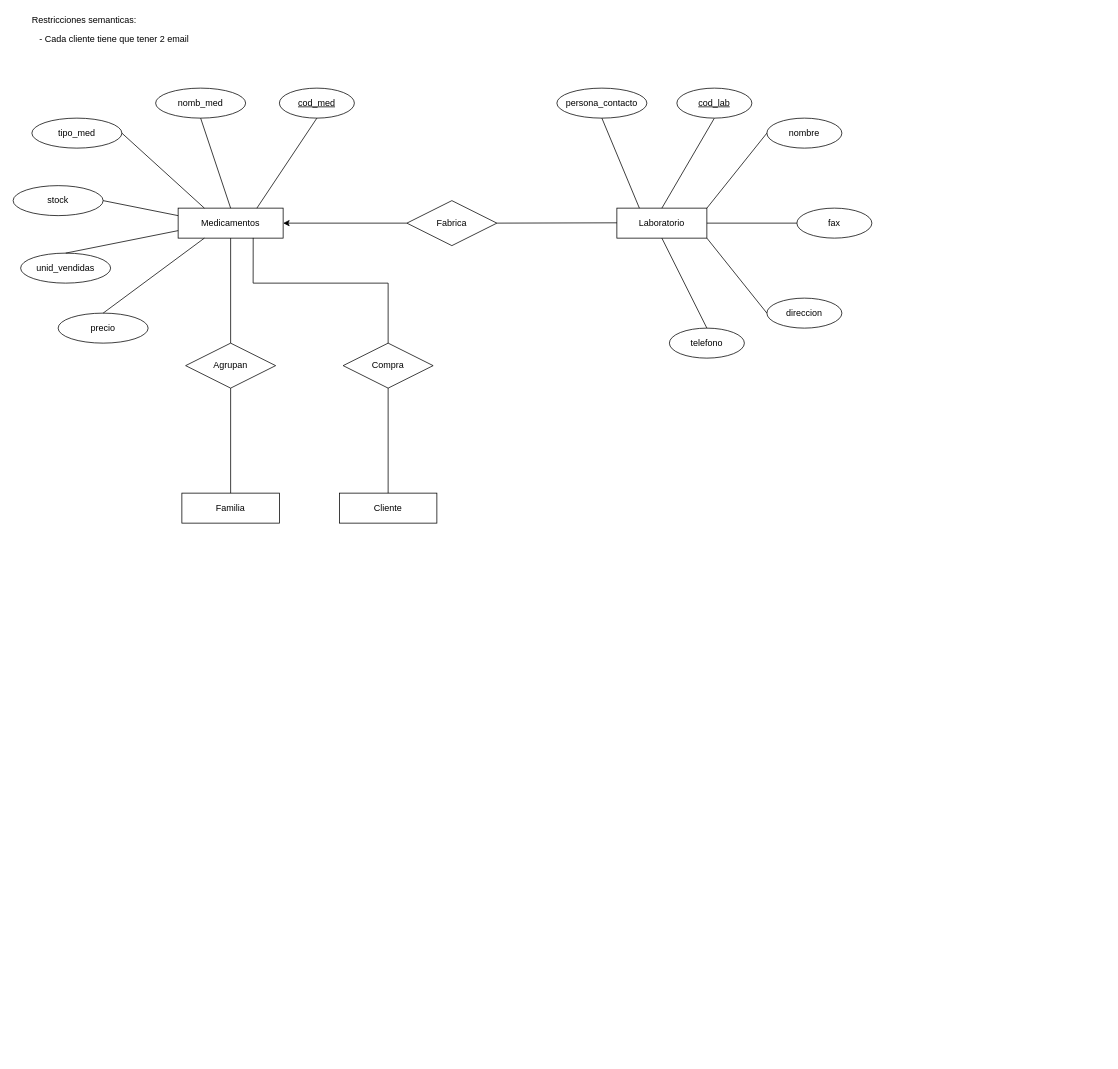
This is Practica_01_Modelo_entidad-relacion_Farmacia/Practica_01_Modelo_Entidad-Relacion_Farmacia.drawio from feichay10/Practicas-ADBD, a draw.io file, before an edit. Source tidied: cells renumbered, new cells numbered last; positions are measured from the earlier drawing's top-left corner, leaving out a move shared by most shapes. Both pictures are drawn from the tidied source at 75%, with x=0, y=0 at pixel (13, 13).
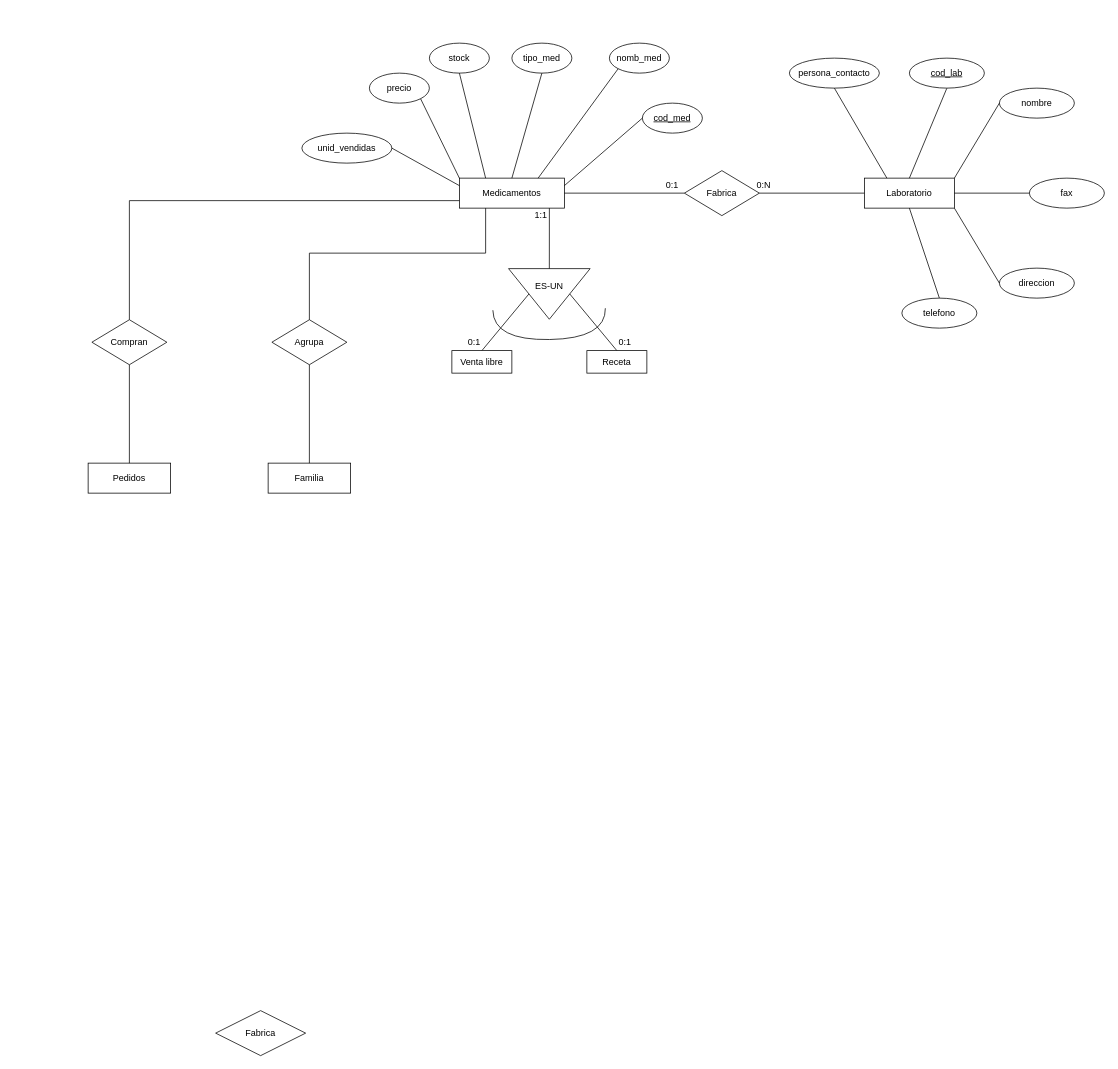
After the change.

Change to the diagram source:
```diff
@@
-    <mxCell id="2" value="Restricciones semanticas:" style="text;html=1;strokeColor=none;fillColor=none;align=center;verticalAlign=middle;whiteSpace=wrap;rounded=0;" parent="1" vertex="1">
-      <mxGeometry x="20" width="150" height="20" as="geometry" />
-    </mxCell>
-    <mxCell id="3" value="- Cada cliente tiene que tener 2 email" style="text;html=1;strokeColor=none;fillColor=none;align=center;verticalAlign=middle;whiteSpace=wrap;rounded=0;" parent="1" vertex="1">
-      <mxGeometry x="30" y="20" width="210" height="30" as="geometry" />
-    </mxCell>
     <mxCell id="4" value="Laboratorio" style="whiteSpace=wrap;html=1;align=center;" parent="1" vertex="1">
-      <mxGeometry x="805" y="260" width="120" height="40" as="geometry" />
+      <mxGeometry x="1135" y="220" width="120" height="40" as="geometry" />
     </mxCell>
-    <mxCell id="5" value="Familia" style="whiteSpace=wrap;html=1;align=center;" parent="1" vertex="1">
-      <mxGeometry x="225" y="640" width="130" height="40" as="geometry" />
-    </mxCell>
     <mxCell id="6" value="Fabrica" style="shape=rhombus;perimeter=rhombusPerimeter;whiteSpace=wrap;html=1;align=center;" parent="1" vertex="1">
-      <mxGeometry x="525" y="250" width="120" height="60" as="geometry" />
+      <mxGeometry x="270" y="1330" width="120" height="60" as="geometry" />
     </mxCell>
     <mxCell id="7" value="Medicamentos" style="whiteSpace=wrap;html=1;align=center;" parent="1" vertex="1">
-      <mxGeometry x="220" y="260" width="140" height="40" as="geometry" />
+      <mxGeometry x="595" y="220" width="140" height="40" as="geometry" />
     </mxCell>
     <mxCell id="8" value="nombre" style="ellipse;whiteSpace=wrap;html=1;align=center;" parent="1" vertex="1">
-      <mxGeometry x="1005" y="140" width="100" height="40" as="geometry" />
+      <mxGeometry x="1315" y="100" width="100" height="40" as="geometry" />
     </mxCell>
     <mxCell id="9" value="telefono" style="ellipse;whiteSpace=wrap;html=1;align=center;" parent="1" vertex="1">
-      <mxGeometry x="875" y="420" width="100" height="40" as="geometry" />
+      <mxGeometry x="1185" y="380" width="100" height="40" as="geometry" />
     </mxCell>
     <mxCell id="10" value="direccion" style="ellipse;whiteSpace=wrap;html=1;align=center;" parent="1" vertex="1">
-      <mxGeometry x="1005" y="380" width="100" height="40" as="geometry" />
+      <mxGeometry x="1315" y="340" width="100" height="40" as="geometry" />
     </mxCell>
     <mxCell id="11" value="fax" style="ellipse;whiteSpace=wrap;html=1;align=center;" parent="1" vertex="1">
-      <mxGeometry x="1045" y="260" width="100" height="40" as="geometry" />
+      <mxGeometry x="1355" y="220" width="100" height="40" as="geometry" />
     </mxCell>
     <mxCell id="12" value="persona_contacto" style="ellipse;whiteSpace=wrap;html=1;align=center;" parent="1" vertex="1">
-      <mxGeometry x="725" y="100" width="120" height="40" as="geometry" />
+      <mxGeometry x="1035" y="60" width="120" height="40" as="geometry" />
     </mxCell>
@@
     <mxCell id="14" style="endArrow=none;html=1;rounded=0;exitX=0.5;exitY=1;exitDx=0;exitDy=0;entryX=0.5;entryY=0;entryDx=0;entryDy=0;" parent="1" edge="1" target="4">
       <mxGeometry relative="1" as="geometry">
-        <mxPoint x="935" y="140" as="sourcePoint" />
+        <mxPoint x="1245" y="100" as="sourcePoint" />
       </mxGeometry>
     </mxCell>
@@
     <mxCell id="19" value="cod_lab" style="ellipse;whiteSpace=wrap;html=1;align=center;fontStyle=4;" parent="1" vertex="1">
-      <mxGeometry x="885" y="100" width="100" height="40" as="geometry" />
+      <mxGeometry x="1195" y="60" width="100" height="40" as="geometry" />
     </mxCell>
-    <mxCell id="20" style="endArrow=none;html=1;rounded=0;entryX=0;entryY=0.5;entryDx=0;entryDy=0;exitX=1;exitY=0.5;exitDx=0;exitDy=0;" parent="1" edge="1" source="6">
-      <mxGeometry relative="1" as="geometry">
-        <mxPoint x="805" y="279.6" as="targetPoint" />
-      </mxGeometry>
-    </mxCell>
-    <mxCell id="21" style="endArrow=classic;html=1;rounded=0;exitX=0;exitY=0.5;exitDx=0;exitDy=0;" parent="1" edge="1" source="6" target="7">
-      <mxGeometry relative="1" as="geometry" />
-    </mxCell>
     <mxCell id="22" value="nomb_med" style="ellipse;whiteSpace=wrap;html=1;align=center;" parent="1" vertex="1">
-      <mxGeometry x="190" y="100" width="120" height="40" as="geometry" />
+      <mxGeometry x="795" y="40" width="80" height="40" as="geometry" />
     </mxCell>
     <mxCell id="23" value="cod_med" style="ellipse;whiteSpace=wrap;html=1;align=center;fontStyle=4;" parent="1" vertex="1">
-      <mxGeometry x="355" y="100" width="100" height="40" as="geometry" />
+      <mxGeometry x="839" y="120" width="80" height="40" as="geometry" />
     </mxCell>
     <mxCell id="24" value="tipo_med" style="ellipse;whiteSpace=wrap;html=1;align=center;" parent="1" vertex="1">
-      <mxGeometry x="25" y="140" width="120" height="40" as="geometry" />
+      <mxGeometry x="665" y="40" width="80" height="40" as="geometry" />
     </mxCell>
     <mxCell id="25" value="stock" style="ellipse;whiteSpace=wrap;html=1;align=center;" parent="1" vertex="1">
-      <mxGeometry y="230" width="120" height="40" as="geometry" />
+      <mxGeometry x="555" y="40" width="80" height="40" as="geometry" />
     </mxCell>
     <mxCell id="26" value="unid_vendidas" style="ellipse;whiteSpace=wrap;html=1;align=center;" parent="1" vertex="1">
-      <mxGeometry x="10" y="320" width="120" height="40" as="geometry" />
+      <mxGeometry x="385" y="160" width="120" height="40" as="geometry" />
     </mxCell>
     <mxCell id="27" value="precio" style="ellipse;whiteSpace=wrap;html=1;align=center;" parent="1" vertex="1">
-      <mxGeometry x="60" y="400" width="120" height="40" as="geometry" />
+      <mxGeometry x="475" y="80" width="80" height="40" as="geometry" />
     </mxCell>
-    <mxCell id="28" style="endArrow=none;html=1;rounded=0;exitX=0.75;exitY=0;exitDx=0;exitDy=0;entryX=0.5;entryY=1;entryDx=0;entryDy=0;" parent="1" edge="1" source="7" target="23">
+    <mxCell id="28" style="endArrow=none;html=1;rounded=0;exitX=1;exitY=0.25;exitDx=0;exitDy=0;entryX=0;entryY=0.5;entryDx=0;entryDy=0;" parent="1" edge="1" source="7" target="23">
       <mxGeometry relative="1" as="geometry" />
     </mxCell>
-    <mxCell id="29" style="endArrow=none;html=1;rounded=0;exitX=0.5;exitY=0;exitDx=0;exitDy=0;entryX=0.5;entryY=1;entryDx=0;entryDy=0;" parent="1" edge="1" source="7" target="22">
+    <mxCell id="29" style="endArrow=none;html=1;rounded=0;exitX=0.75;exitY=0;exitDx=0;exitDy=0;entryX=0;entryY=1;entryDx=0;entryDy=0;" parent="1" edge="1" source="7" target="22">
       <mxGeometry relative="1" as="geometry" />
     </mxCell>
-    <mxCell id="30" style="endArrow=none;html=1;rounded=0;exitX=1;exitY=0.5;exitDx=0;exitDy=0;entryX=0.25;entryY=0;entryDx=0;entryDy=0;" parent="1" edge="1" source="24" target="7">
+    <mxCell id="30" style="endArrow=none;html=1;rounded=0;exitX=0.5;exitY=1;exitDx=0;exitDy=0;entryX=0.5;entryY=0;entryDx=0;entryDy=0;" parent="1" edge="1" source="24" target="7">
       <mxGeometry relative="1" as="geometry" />
     </mxCell>
-    <mxCell id="31" style="endArrow=none;html=1;rounded=0;exitX=1;exitY=0.5;exitDx=0;exitDy=0;entryX=0;entryY=0.25;entryDx=0;entryDy=0;" parent="1" edge="1" source="25" target="7">
+    <mxCell id="31" style="endArrow=none;html=1;rounded=0;exitX=0.5;exitY=1;exitDx=0;exitDy=0;entryX=0.25;entryY=0;entryDx=0;entryDy=0;" parent="1" edge="1" source="25" target="7">
       <mxGeometry relative="1" as="geometry" />
     </mxCell>
-    <mxCell id="32" style="endArrow=none;html=1;rounded=0;exitX=0.5;exitY=0;exitDx=0;exitDy=0;entryX=0;entryY=0.75;entryDx=0;entryDy=0;" parent="1" edge="1" source="26" target="7">
+    <mxCell id="32" style="endArrow=none;html=1;rounded=0;exitX=1;exitY=0.5;exitDx=0;exitDy=0;entryX=0;entryY=0.25;entryDx=0;entryDy=0;" parent="1" edge="1" source="26" target="7">
       <mxGeometry relative="1" as="geometry" />
     </mxCell>
-    <mxCell id="33" style="endArrow=none;html=1;rounded=0;entryX=0.25;entryY=1;entryDx=0;entryDy=0;exitX=0.5;exitY=0;exitDx=0;exitDy=0;" parent="1" edge="1" source="27" target="7">
+    <mxCell id="33" style="endArrow=none;html=1;rounded=0;entryX=0;entryY=0;entryDx=0;entryDy=0;exitX=1;exitY=1;exitDx=0;exitDy=0;" parent="1" edge="1" source="27" target="7">
       <mxGeometry relative="1" as="geometry" />
     </mxCell>
-    <mxCell id="34" value="Cliente" style="whiteSpace=wrap;html=1;align=center;" parent="1" vertex="1">
-      <mxGeometry x="435" y="640" width="130" height="40" as="geometry" />
-    </mxCell>
-    <mxCell id="35" value="Compra" style="shape=rhombus;perimeter=rhombusPerimeter;whiteSpace=wrap;html=1;align=center;" parent="1" vertex="1">
-      <mxGeometry x="440" y="440" width="120" height="60" as="geometry" />
-    </mxCell>
-    <mxCell id="36" style="endArrow=none;html=1;rounded=0;exitX=0.5;exitY=0;exitDx=0;exitDy=0;entryX=0.5;entryY=1;entryDx=0;entryDy=0;" parent="1" edge="1" source="34" target="35">
-      <mxGeometry relative="1" as="geometry" />
-    </mxCell>
-    <mxCell id="37" style="endArrow=none;html=1;rounded=0;exitX=0.5;exitY=0;exitDx=0;exitDy=0;entryX=0.715;entryY=0.993;entryDx=0;entryDy=0;entryPerimeter=0;" parent="1" edge="1" source="35" target="7">
-      <mxGeometry relative="1" as="geometry">
-        <Array as="points">
-          <mxPoint x="500" y="360" />
-          <mxPoint x="320" y="360" />
-        </Array>
-      </mxGeometry>
-    </mxCell>
-    <mxCell id="38" value="Agrupan" style="shape=rhombus;perimeter=rhombusPerimeter;whiteSpace=wrap;html=1;align=center;" parent="1" vertex="1">
-      <mxGeometry x="230" y="440" width="120" height="60" as="geometry" />
-    </mxCell>
-    <mxCell id="39" style="endArrow=none;html=1;rounded=0;exitX=0.5;exitY=0;exitDx=0;exitDy=0;entryX=0.5;entryY=1;entryDx=0;entryDy=0;" parent="1" edge="1" target="7">
-      <mxGeometry relative="1" as="geometry">
-        <mxPoint x="290" y="440" as="sourcePoint" />
-      </mxGeometry>
-    </mxCell>
-    <mxCell id="40" style="endArrow=none;html=1;rounded=0;entryX=0.5;entryY=1;entryDx=0;entryDy=0;exitX=0.5;exitY=0;exitDx=0;exitDy=0;" parent="1" edge="1" source="5" target="38">
-      <mxGeometry relative="1" as="geometry" />
-    </mxCell>
+    <mxCell id="41" style="triangle;whiteSpace=wrap;html=1;rotation=90;" parent="1" vertex="1">
+      <mxGeometry x="681.2" y="320" width="67.5" height="108.8" as="geometry" />
+    </mxCell>
+    <mxCell id="42" style="endArrow=none;html=1;rounded=0;entryX=0.5;entryY=1;entryDx=0;entryDy=0;exitX=0;exitY=0.5;exitDx=0;exitDy=0;" parent="1" edge="1" source="41">
+      <mxGeometry relative="1" as="geometry">
+        <mxPoint x="715" y="260" as="targetPoint" />
+      </mxGeometry>
+    </mxCell>
+    <mxCell id="43" style="endArrow=none;html=1;rounded=0;exitX=0.5;exitY=0;exitDx=0;exitDy=0;entryX=0.5;entryY=1;entryDx=0;entryDy=0;" parent="1" edge="1" target="41">
+      <mxGeometry relative="1" as="geometry">
+        <mxPoint x="625" y="450" as="sourcePoint" />
+      </mxGeometry>
+    </mxCell>
+    <mxCell id="44" style="endArrow=none;html=1;rounded=0;entryX=0.5;entryY=0;entryDx=0;entryDy=0;exitX=0.5;exitY=0;exitDx=0;exitDy=0;" parent="1" edge="1" target="41">
+      <mxGeometry relative="1" as="geometry">
+        <mxPoint x="805" y="450" as="sourcePoint" />
+      </mxGeometry>
+    </mxCell>
+    <mxCell id="45" value="1:1" style="text;html=1;strokeColor=none;fillColor=none;align=center;verticalAlign=middle;whiteSpace=wrap;rounded=0;" parent="1" vertex="1">
+      <mxGeometry x="694.8" y="260" width="18.2" height="20" as="geometry" />
+    </mxCell>
+    <mxCell id="46" value="0:1" style="text;html=1;strokeColor=none;fillColor=none;align=center;verticalAlign=middle;whiteSpace=wrap;rounded=0;" parent="1" vertex="1">
+      <mxGeometry x="605" y="428.8" width="20" height="20" as="geometry" />
+    </mxCell>
+    <mxCell id="47" value="0:1" style="text;html=1;strokeColor=none;fillColor=none;align=center;verticalAlign=middle;whiteSpace=wrap;rounded=0;" parent="1" vertex="1">
+      <mxGeometry x="805" y="428.8" width="22" height="20" as="geometry" />
+    </mxCell>
+    <mxCell id="48" value="Fabrica" style="shape=rhombus;perimeter=rhombusPerimeter;whiteSpace=wrap;html=1;align=center;" parent="1" vertex="1">
+      <mxGeometry x="895" y="210" width="100" height="60" as="geometry" />
+    </mxCell>
+    <mxCell id="49" style="endArrow=none;html=1;rounded=0;exitX=1;exitY=0.5;exitDx=0;exitDy=0;entryX=0;entryY=0.5;entryDx=0;entryDy=0;" parent="1" edge="1" source="7" target="48">
+      <mxGeometry relative="1" as="geometry" />
+    </mxCell>
+    <mxCell id="50" style="endArrow=none;html=1;rounded=0;exitX=1;exitY=0.5;exitDx=0;exitDy=0;entryX=0;entryY=0.5;entryDx=0;entryDy=0;" parent="1" edge="1" source="48" target="4">
+      <mxGeometry relative="1" as="geometry" />
+    </mxCell>
+    <mxCell id="51" value="0:1" style="text;html=1;strokeColor=none;fillColor=none;align=center;verticalAlign=middle;whiteSpace=wrap;rounded=0;" parent="1" vertex="1">
+      <mxGeometry x="863" y="220" width="32" height="20" as="geometry" />
+    </mxCell>
+    <mxCell id="52" value="0:N" style="text;html=1;strokeColor=none;fillColor=none;align=center;verticalAlign=middle;whiteSpace=wrap;rounded=0;" parent="1" vertex="1">
+      <mxGeometry x="985" y="220" width="32" height="20" as="geometry" />
+    </mxCell>
+    <mxCell id="53" value="Venta libre" style="whiteSpace=wrap;html=1;align=center;" parent="1" vertex="1">
+      <mxGeometry x="585" y="450" width="80" height="30" as="geometry" />
+    </mxCell>
+    <mxCell id="54" value="Receta" style="whiteSpace=wrap;html=1;align=center;" parent="1" vertex="1">
+      <mxGeometry x="765" y="450" width="80" height="30" as="geometry" />
+    </mxCell>
+    <mxCell id="55" value="ES-UN" style="text;html=1;strokeColor=none;fillColor=none;align=center;verticalAlign=middle;whiteSpace=wrap;rounded=0;" parent="1" vertex="1">
+      <mxGeometry x="680" y="344.4" width="70" height="40" as="geometry" />
+    </mxCell>
+    <mxCell id="56" style="shape=requiredInterface;html=1;verticalLabelPosition=bottom;sketch=0;rotation=89;" parent="1" vertex="1">
+      <mxGeometry x="694.8" y="340" width="40.4" height="150" as="geometry" />
+    </mxCell>
+    <mxCell id="57" value="Agrupa" style="shape=rhombus;perimeter=rhombusPerimeter;whiteSpace=wrap;html=1;align=center;" parent="1" vertex="1">
+      <mxGeometry x="345" y="408.8" width="100" height="60" as="geometry" />
+    </mxCell>
+    <mxCell id="58" style="endArrow=none;html=1;rounded=0;exitX=0.5;exitY=0;exitDx=0;exitDy=0;entryX=0.25;entryY=1;entryDx=0;entryDy=0;" parent="1" edge="1" source="57" target="7">
+      <mxGeometry relative="1" as="geometry">
+        <Array as="points">
+          <mxPoint x="395" y="320" />
+          <mxPoint x="630" y="320" />
+        </Array>
+      </mxGeometry>
+    </mxCell>
+    <mxCell id="5" value="Familia" style="whiteSpace=wrap;html=1;align=center;" parent="1" vertex="1">
+      <mxGeometry x="340" y="600" width="110" height="40" as="geometry" />
+    </mxCell>
+    <mxCell id="59" style="endArrow=none;html=1;rounded=0;exitX=0.5;exitY=0;exitDx=0;exitDy=0;entryX=0.5;entryY=1;entryDx=0;entryDy=0;" parent="1" edge="1" source="5" target="57">
+      <mxGeometry relative="1" as="geometry" />
+    </mxCell>
+    <mxCell id="60" style="endArrow=none;html=1;rounded=0;entryX=0;entryY=0.75;entryDx=0;entryDy=0;exitX=0.5;exitY=0;exitDx=0;exitDy=0;" parent="1" edge="1" source="61" target="7">
+      <mxGeometry relative="1" as="geometry">
+        <Array as="points">
+          <mxPoint x="155" y="250" />
+        </Array>
+      </mxGeometry>
+    </mxCell>
+    <mxCell id="61" value="Compran" style="shape=rhombus;perimeter=rhombusPerimeter;whiteSpace=wrap;html=1;align=center;" parent="1" vertex="1">
+      <mxGeometry x="105" y="408.8" width="100" height="60" as="geometry" />
+    </mxCell>
+    <mxCell id="62" value="Pedidos" style="whiteSpace=wrap;html=1;align=center;" parent="1" vertex="1">
+      <mxGeometry x="100" y="600" width="110" height="40" as="geometry" />
+    </mxCell>
+    <mxCell id="63" style="endArrow=none;html=1;rounded=0;entryX=0.5;entryY=1;entryDx=0;entryDy=0;exitX=0.5;exitY=0;exitDx=0;exitDy=0;" parent="1" edge="1" source="62" target="61">
+      <mxGeometry relative="1" as="geometry" />
+    </mxCell>
```
